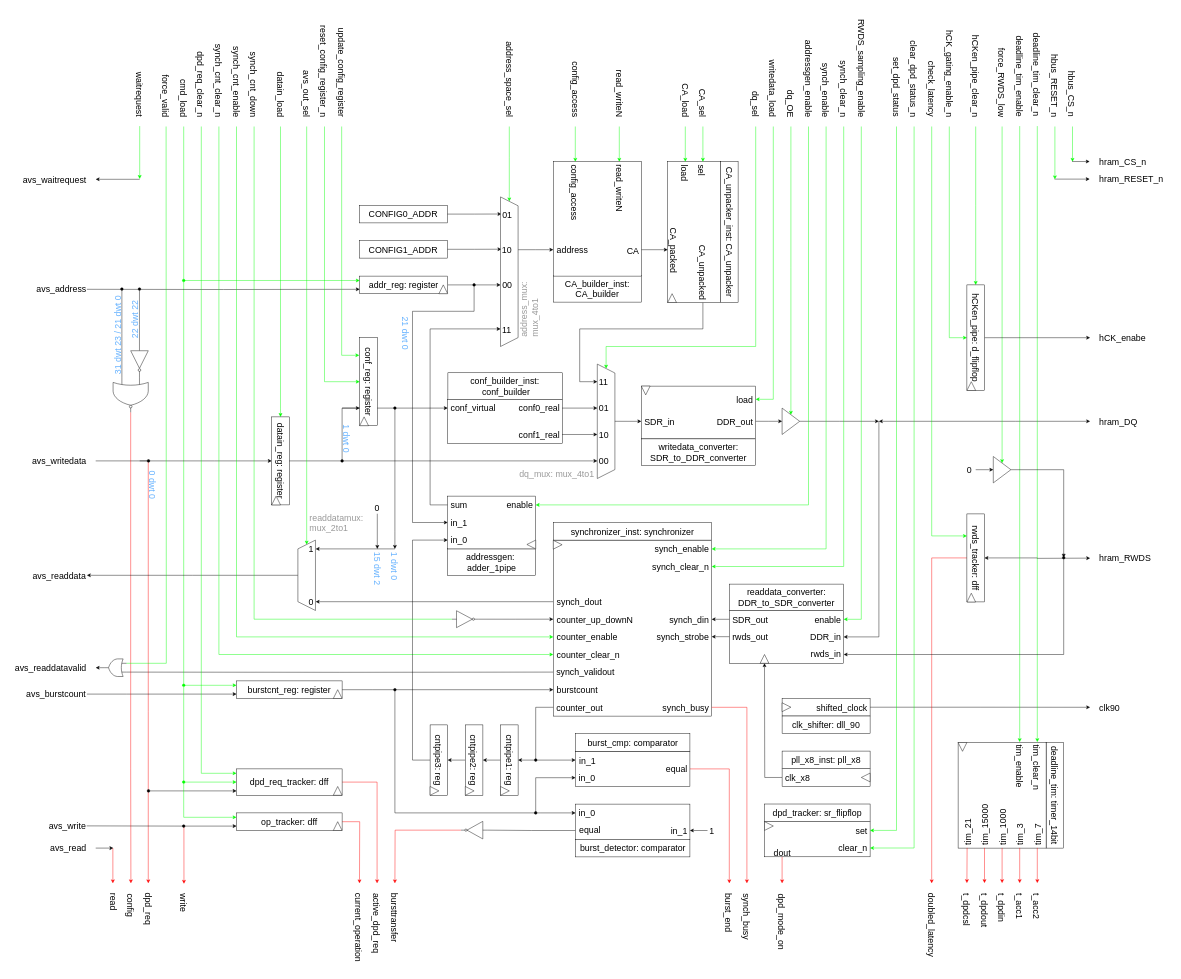
Above: page "avs_hram_mainconv_EU" (3 of 14) of hyperram_system/ip/avs_hram_converter/schematics/avs_hram_converter.drawio in AndreaBononi/Intel_Cyclone10LP_systems (draw.io), before the change. Source tidied: cells renumbered, new cells numbered last; positions are measured from the earlier drawing's top-left corner, leaving out a move shared by most shapes. Both pictures are drawn from the tidied source at 44%, with x=0, y=0 at pixel (7, 54).
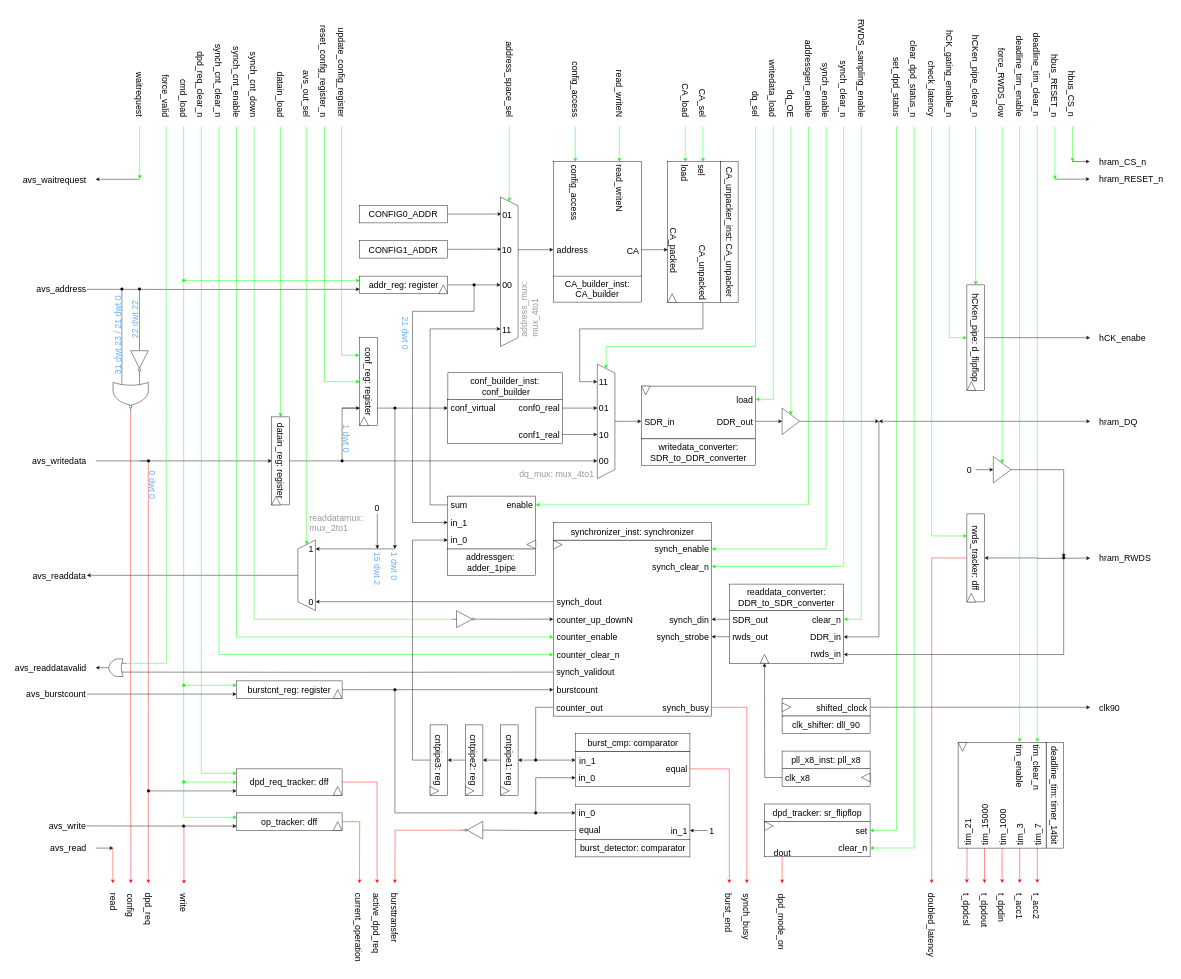
The same page after the edit.

Diff of the diagram source:
```diff
@@
-    <mxCell id="66" value="enable" style="text;html=1;align=right;verticalAlign=middle;strokeColor=none;fillColor=none;rotation=0;fontSize=20;" parent="1" vertex="1">
-      <mxGeometry x="1814.5" y="1265.5" width="80" height="40" as="geometry" />
+    <mxCell id="66" value="clear_n" style="text;html=1;align=right;verticalAlign=middle;strokeColor=none;fillColor=none;rotation=0;fontSize=20;" parent="1" vertex="1">
+      <mxGeometry x="1804.5" y="1265.5" width="90" height="40" as="geometry" />
     </mxCell>
```
